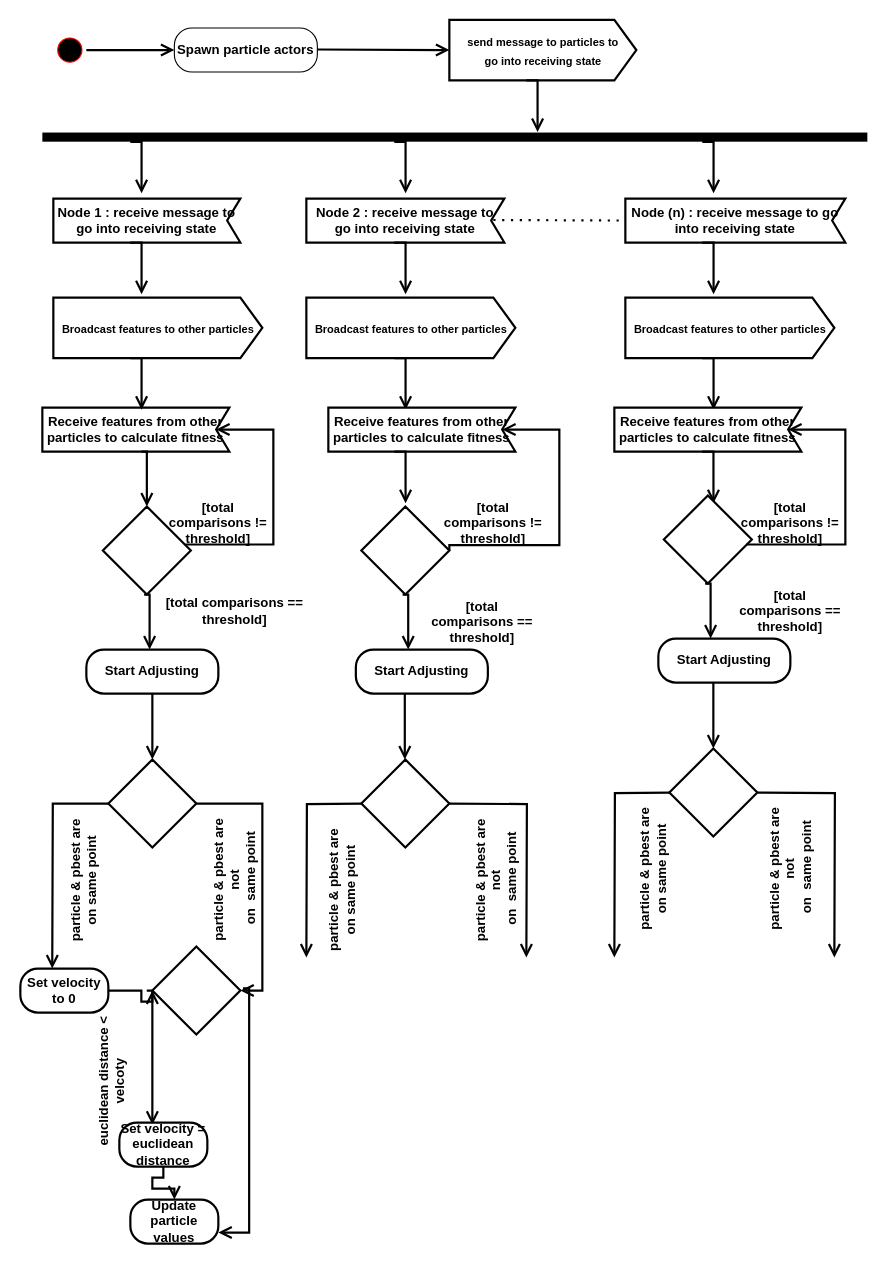
The draw.io diagram PSO activity Diagram.drawio in vanelopethecoder/som-basic, before the edit. Source tidied: cells renumbered, new cells numbered last; positions are measured from the earlier drawing's top-left corner, leaving out a move shared by most shapes. Both pictures are drawn from the tidied source at 110%, with x=0, y=0 at pixel (14, 20).
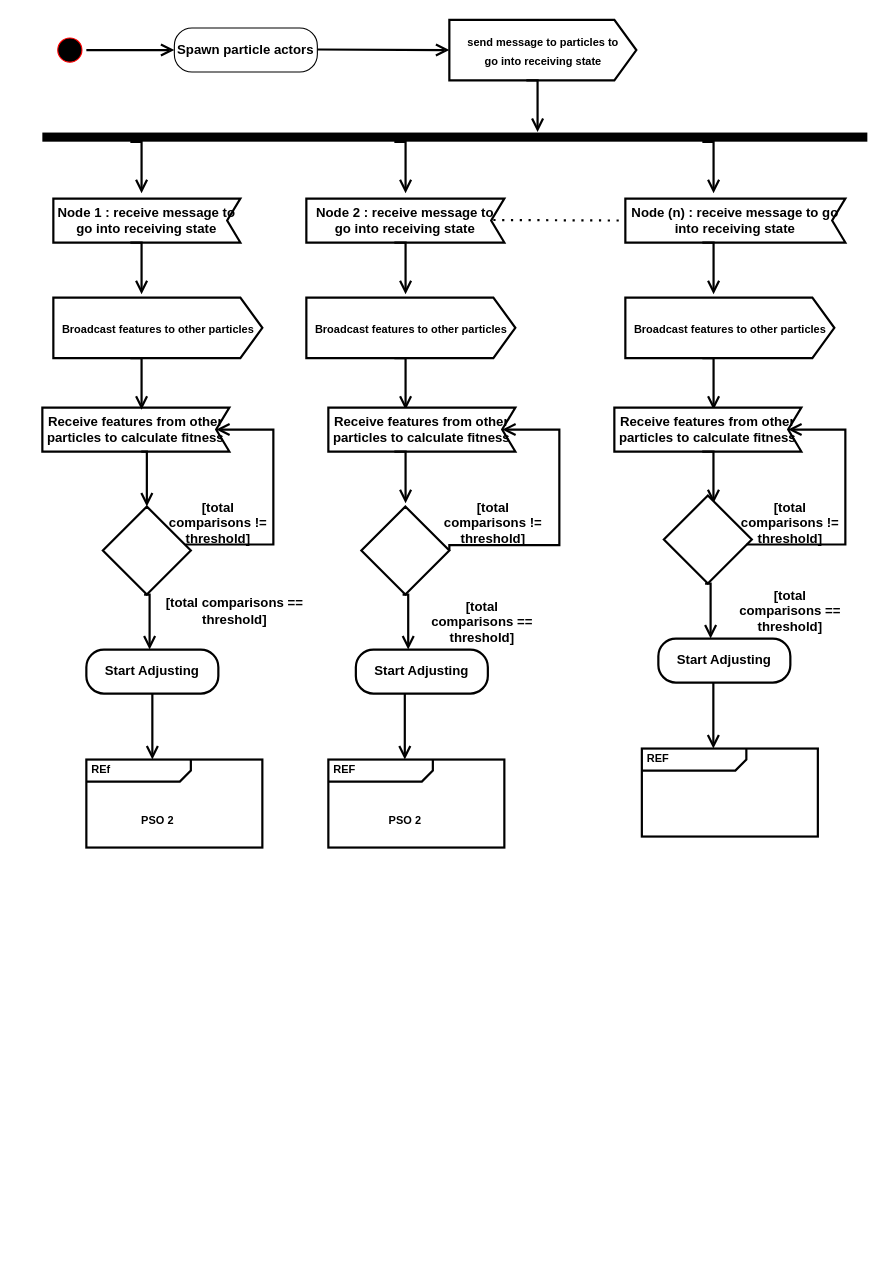
Above is the later version.

Diff of the diagram source:
```diff
@@
-    <mxCell id="47" style="rhombus;whiteSpace=wrap;html=1;strokeWidth=2;" parent="1" vertex="1">
-      <mxGeometry x="85" y="672" width="80" height="80" as="geometry" />
-    </mxCell>
@@
-    <mxCell id="50" style="rhombus;whiteSpace=wrap;html=1;strokeWidth=2;" parent="1" vertex="1">
-      <mxGeometry x="315" y="672" width="80" height="80" as="geometry" />
-    </mxCell>
-    <mxCell id="51" style="rhombus;whiteSpace=wrap;html=1;strokeWidth=2;" parent="1" vertex="1">
-      <mxGeometry x="595" y="662" width="80" height="80" as="geometry" />
-    </mxCell>
@@
-    <mxCell id="55" style="edgeStyle=orthogonalEdgeStyle;html=1;verticalAlign=bottom;endArrow=open;endSize=8;strokeColor=#000000;rounded=0;exitX=0;exitY=0.5;exitDx=0;exitDy=0;strokeWidth=2;" parent="1" edge="1" source="47">
-      <mxGeometry relative="1" as="geometry">
-        <mxPoint x="34" y="862" as="targetPoint" />
-      </mxGeometry>
-    </mxCell>
-    <mxCell id="56" style="edgeStyle=orthogonalEdgeStyle;html=1;verticalAlign=bottom;endArrow=open;endSize=8;strokeColor=#000000;rounded=0;exitX=1;exitY=0.5;exitDx=0;exitDy=0;strokeWidth=2;entryX=1;entryY=0.5;entryDx=0;entryDy=0;" parent="1" edge="1" source="47" target="69">
-      <mxGeometry relative="1" as="geometry">
-        <Array as="points">
-          <mxPoint x="225" y="712" />
-          <mxPoint x="225" y="882" />
-        </Array>
-      </mxGeometry>
-    </mxCell>
-    <mxCell id="57" style="edgeStyle=orthogonalEdgeStyle;html=1;verticalAlign=bottom;endArrow=open;endSize=8;strokeColor=#000000;rounded=0;exitX=0;exitY=0.5;exitDx=0;exitDy=0;strokeWidth=2;" parent="1" edge="1">
-      <mxGeometry relative="1" as="geometry">
-        <mxPoint x="316" y="712" as="sourcePoint" />
-        <mxPoint x="265" y="852" as="targetPoint" />
-      </mxGeometry>
-    </mxCell>
-    <mxCell id="58" style="edgeStyle=orthogonalEdgeStyle;html=1;verticalAlign=bottom;endArrow=open;endSize=8;strokeColor=#000000;rounded=0;exitX=1;exitY=0.5;exitDx=0;exitDy=0;strokeWidth=2;" parent="1" edge="1">
-      <mxGeometry relative="1" as="geometry">
-        <mxPoint x="395" y="712" as="sourcePoint" />
-        <mxPoint x="465" y="852" as="targetPoint" />
-      </mxGeometry>
-    </mxCell>
-    <mxCell id="59" style="edgeStyle=orthogonalEdgeStyle;html=1;verticalAlign=bottom;endArrow=open;endSize=8;strokeColor=#000000;rounded=0;exitX=0;exitY=0.5;exitDx=0;exitDy=0;strokeWidth=2;" parent="1" edge="1">
-      <mxGeometry relative="1" as="geometry">
-        <mxPoint x="596" y="702" as="sourcePoint" />
-        <mxPoint x="545" y="852" as="targetPoint" />
-      </mxGeometry>
-    </mxCell>
-    <mxCell id="60" style="edgeStyle=orthogonalEdgeStyle;html=1;verticalAlign=bottom;endArrow=open;endSize=8;strokeColor=#000000;rounded=0;exitX=1;exitY=0.5;exitDx=0;exitDy=0;strokeWidth=2;" parent="1" edge="1">
-      <mxGeometry relative="1" as="geometry">
-        <mxPoint x="675" y="702" as="sourcePoint" />
-        <mxPoint x="745" y="852" as="targetPoint" />
-      </mxGeometry>
-    </mxCell>
-    <mxCell id="61" value="&lt;b&gt;particle &amp;amp; pbest are on same point&lt;/b&gt;" style="text;html=1;strokeColor=none;fillColor=none;align=center;verticalAlign=middle;whiteSpace=wrap;rounded=0;rotation=270;" parent="1" vertex="1">
-      <mxGeometry y="759.5" width="125" height="45" as="geometry" />
-    </mxCell>
-    <mxCell id="62" value="&lt;b&gt;particle &amp;amp; pbest are on same point&lt;/b&gt;" style="text;html=1;strokeColor=none;fillColor=none;align=center;verticalAlign=middle;whiteSpace=wrap;rounded=0;rotation=270;" parent="1" vertex="1">
-      <mxGeometry x="235" y="770.8" width="125" height="40" as="geometry" />
-    </mxCell>
-    <mxCell id="63" value="&lt;b&gt;particle &amp;amp; pbest are on same point&lt;/b&gt;" style="text;html=1;strokeColor=none;fillColor=none;align=center;verticalAlign=middle;whiteSpace=wrap;rounded=0;rotation=270;" parent="1" vertex="1">
-      <mxGeometry x="517.5" y="754.5" width="125" height="35" as="geometry" />
-    </mxCell>
-    <mxCell id="64" value="&lt;b&gt;particle &amp;amp; pbest are not&lt;br&gt;&amp;nbsp;on&amp;nbsp; same point&lt;/b&gt;" style="text;html=1;strokeColor=none;fillColor=none;align=center;verticalAlign=middle;whiteSpace=wrap;rounded=0;rotation=270;" parent="1" vertex="1">
-      <mxGeometry x="137.5" y="760.8" width="125" height="42.5" as="geometry" />
-    </mxCell>
-    <mxCell id="65" value="&lt;b&gt;particle &amp;amp; pbest are not&lt;br&gt;&amp;nbsp;on&amp;nbsp; same point&lt;/b&gt;" style="text;html=1;strokeColor=none;fillColor=none;align=center;verticalAlign=middle;whiteSpace=wrap;rounded=0;rotation=270;" parent="1" vertex="1">
-      <mxGeometry x="375" y="766.4" width="125" height="31.2" as="geometry" />
-    </mxCell>
-    <mxCell id="66" value="&lt;b&gt;particle &amp;amp; pbest are not&lt;br&gt;&amp;nbsp;on&amp;nbsp; same point&lt;/b&gt;" style="text;html=1;strokeColor=none;fillColor=none;align=center;verticalAlign=middle;whiteSpace=wrap;rounded=0;rotation=270;" parent="1" vertex="1">
-      <mxGeometry x="642.5" y="757" width="125" height="30" as="geometry" />
-    </mxCell>
-    <mxCell id="67" value="&lt;b&gt;Set velocity to 0&lt;/b&gt;" style="rounded=1;whiteSpace=wrap;html=1;arcSize=40;fontColor=#000000;fillColor=#FFFFFF;strokeColor=#000000;strokeWidth=2;" parent="1" vertex="1">
-      <mxGeometry x="5" y="862" width="80" height="40" as="geometry" />
-    </mxCell>
-    <mxCell id="68" style="edgeStyle=orthogonalEdgeStyle;html=1;verticalAlign=bottom;endArrow=open;endSize=8;strokeColor=#000000;rounded=0;exitX=1;exitY=0.5;exitDx=0;exitDy=0;strokeWidth=2;entryX=0;entryY=0.5;entryDx=0;entryDy=0;" parent="1" edge="1" source="67" target="69">
-      <mxGeometry relative="1" as="geometry">
-        <Array as="points">
-          <mxPoint x="115" y="882" />
-          <mxPoint x="115" y="892" />
-          <mxPoint x="125" y="892" />
-        </Array>
-      </mxGeometry>
-    </mxCell>
-    <mxCell id="69" style="rhombus;whiteSpace=wrap;html=1;strokeWidth=2;" parent="1" vertex="1">
-      <mxGeometry x="125" y="842" width="80" height="80" as="geometry" />
-    </mxCell>
-    <mxCell id="70" style="edgeStyle=orthogonalEdgeStyle;html=1;verticalAlign=bottom;endArrow=open;endSize=8;strokeColor=#000000;rounded=0;exitX=0.743;exitY=0.167;exitDx=0;exitDy=0;exitPerimeter=0;strokeWidth=2;entryX=0.375;entryY=0.05;entryDx=0;entryDy=0;entryPerimeter=0;" parent="1" edge="1" target="72">
-      <mxGeometry relative="1" as="geometry">
-        <mxPoint x="119.9" y="882" as="sourcePoint" />
-        <Array as="points">
-          <mxPoint x="125" y="882" />
-        </Array>
-      </mxGeometry>
-    </mxCell>
-    <mxCell id="71" value="&lt;b&gt;euclidean distance &amp;lt; velcoty&lt;/b&gt;" style="text;html=1;strokeColor=none;fillColor=none;align=center;verticalAlign=middle;whiteSpace=wrap;rounded=0;rotation=270;" parent="1" vertex="1">
-      <mxGeometry x="25" y="942" width="125" height="45" as="geometry" />
-    </mxCell>
-    <mxCell id="72" value="&lt;b&gt;Set velocity = euclidean distance&lt;/b&gt;" style="rounded=1;whiteSpace=wrap;html=1;arcSize=40;fontColor=#000000;fillColor=#FFFFFF;strokeColor=#000000;strokeWidth=2;" parent="1" vertex="1">
-      <mxGeometry x="95" y="1002" width="80" height="40" as="geometry" />
-    </mxCell>
-    <mxCell id="73" style="edgeStyle=orthogonalEdgeStyle;html=1;verticalAlign=bottom;endArrow=open;endSize=8;strokeColor=#000000;rounded=0;exitX=0.5;exitY=1;exitDx=0;exitDy=0;strokeWidth=2;entryX=0.5;entryY=0;entryDx=0;entryDy=0;" parent="1" edge="1" source="72" target="74">
-      <mxGeometry relative="1" as="geometry">
-        <Array as="points">
-          <mxPoint x="135" y="1052" />
-          <mxPoint x="125" y="1052" />
-          <mxPoint x="125" y="1062" />
-        </Array>
-      </mxGeometry>
-    </mxCell>
-    <mxCell id="74" value="&lt;b&gt;Update particle values&lt;/b&gt;" style="rounded=1;whiteSpace=wrap;html=1;arcSize=40;fontColor=#000000;fillColor=#FFFFFF;strokeColor=#000000;strokeWidth=2;" parent="1" vertex="1">
-      <mxGeometry x="105" y="1072" width="80" height="40" as="geometry" />
-    </mxCell>
-    <mxCell id="75" style="edgeStyle=orthogonalEdgeStyle;html=1;verticalAlign=bottom;endArrow=open;endSize=8;strokeColor=#000000;rounded=0;exitX=0.743;exitY=0.167;exitDx=0;exitDy=0;exitPerimeter=0;strokeWidth=2;entryX=1;entryY=0.75;entryDx=0;entryDy=0;" parent="1" edge="1" target="74">
-      <mxGeometry relative="1" as="geometry">
-        <mxPoint x="207.4" y="880" as="sourcePoint" />
-        <Array as="points">
-          <mxPoint x="213" y="880" />
-          <mxPoint x="213" y="1102" />
-        </Array>
-      </mxGeometry>
-    </mxCell>
+    <mxCell id="76" value="&lt;p style=&quot;margin: 0px ; margin-top: 4px ; margin-left: 5px ; text-align: left&quot;&gt;&lt;b&gt;REf&amp;nbsp;&lt;/b&gt;&lt;/p&gt;" style="html=1;shape=mxgraph.sysml.package;overflow=fill;labelX=95;align=left;spacingLeft=5;verticalAlign=top;spacingTop=-3;fontSize=10;strokeColor=#000000;strokeWidth=2;fillColor=#FFFFFF;" parent="1" vertex="1">
+      <mxGeometry x="65" y="672" width="160" height="80" as="geometry" />
+    </mxCell>
+    <mxCell id="77" value="&lt;p style=&quot;margin: 0px ; margin-top: 4px ; margin-left: 5px ; text-align: left&quot;&gt;&lt;b&gt;REF&lt;/b&gt;&lt;/p&gt;" style="html=1;shape=mxgraph.sysml.package;overflow=fill;labelX=95;align=left;spacingLeft=5;verticalAlign=top;spacingTop=-3;fontSize=10;strokeColor=#000000;strokeWidth=2;fillColor=#FFFFFF;" parent="1" vertex="1">
+      <mxGeometry x="285" y="672" width="160" height="80" as="geometry" />
+    </mxCell>
+    <mxCell id="78" value="&lt;p style=&quot;margin: 0px ; margin-top: 4px ; margin-left: 5px ; text-align: left&quot;&gt;&lt;b&gt;REF&lt;/b&gt;&lt;/p&gt;" style="html=1;shape=mxgraph.sysml.package;overflow=fill;labelX=95;align=left;spacingLeft=5;verticalAlign=top;spacingTop=-3;fontSize=10;strokeColor=#000000;strokeWidth=2;fillColor=#FFFFFF;" parent="1" vertex="1">
+      <mxGeometry x="570" y="662" width="160" height="80" as="geometry" />
+    </mxCell>
+    <mxCell id="79" value="&lt;b style=&quot;text-align: left&quot;&gt;PSO 2&lt;/b&gt;" style="text;html=1;strokeColor=none;fillColor=none;align=center;verticalAlign=middle;whiteSpace=wrap;rounded=0;fontSize=10;" parent="1" vertex="1">
+      <mxGeometry x="100" y="712" width="60" height="30" as="geometry" />
+    </mxCell>
+    <mxCell id="80" value="&lt;b style=&quot;text-align: left&quot;&gt;PSO 2&lt;/b&gt;" style="text;html=1;strokeColor=none;fillColor=none;align=center;verticalAlign=middle;whiteSpace=wrap;rounded=0;fontSize=10;" parent="1" vertex="1">
+      <mxGeometry x="325" y="712" width="60" height="30" as="geometry" />
+    </mxCell>
```
